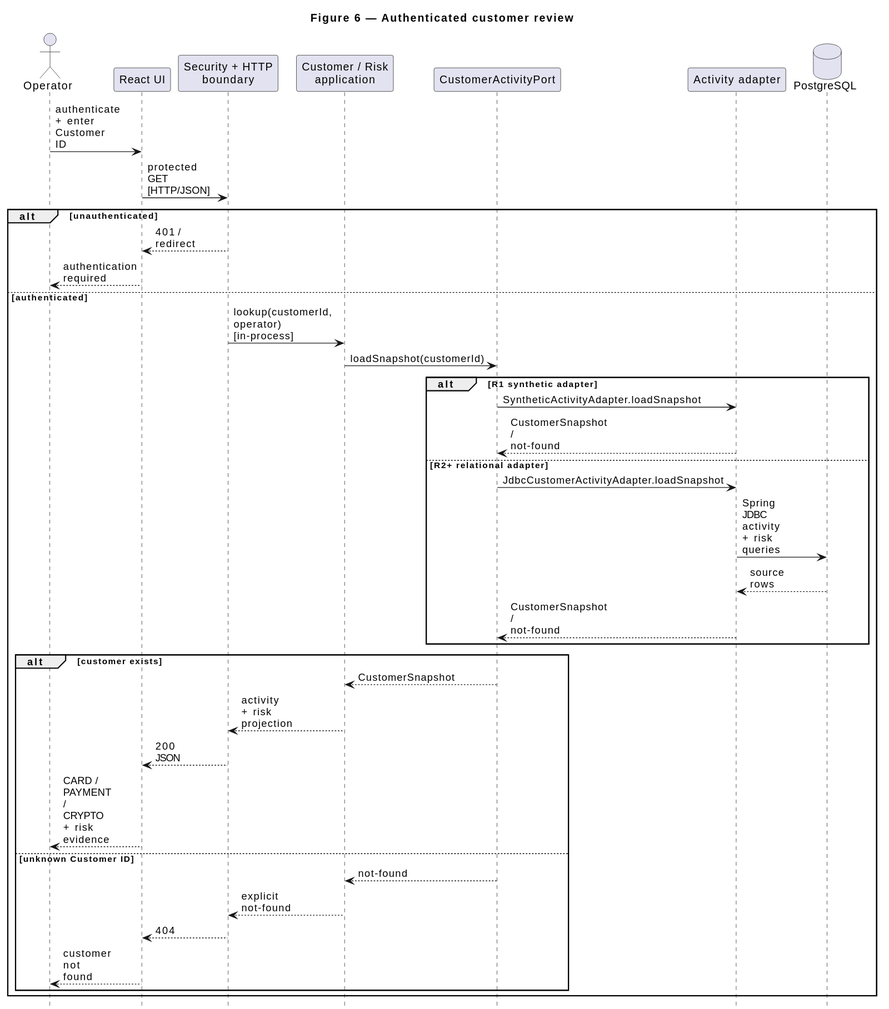
The PlantUML diagram docs/assignment/SDD/diagrams/sequence-customer-review.svg in jdoe-dev-159753/specgraph-reference-app, before a commit. Source of this version:
```plantuml
@startuml
title Figure 6 — Authenticated customer review
hide footbox
skinparam maxMessageSize 52

actor Operator
participant "React UI" as UI
participant "Security + HTTP\nboundary" as Boundary
participant "Customer / Risk\napplication" as App
participant "CustomerActivityPort" as Port
participant "Activity adapter" as Adapter
database "PostgreSQL" as DB

Operator -> UI : authenticate + enter Customer ID
UI -> Boundary : protected GET [HTTP/JSON]
alt unauthenticated
  Boundary --> UI : 401 / redirect
  UI --> Operator : authentication required
else authenticated
  Boundary -> App : lookup(customerId, operator) [in-process]
  App -> Port : loadSnapshot(customerId)
  alt R1 synthetic adapter
    Port -> Adapter : SyntheticActivityAdapter.loadSnapshot
    Adapter --> Port : CustomerSnapshot / not-found
  else R2+ relational adapter
    Port -> Adapter : JdbcCustomerActivityAdapter.loadSnapshot
    Adapter -> DB : Spring JDBC activity + risk queries
    DB --> Adapter : source rows
    Adapter --> Port : CustomerSnapshot / not-found
  end

  alt customer exists
    Port --> App : CustomerSnapshot
    App --> Boundary : activity + risk projection
    Boundary --> UI : 200 JSON
    UI --> Operator : CARD / PAYMENT / CRYPTO + risk evidence
  else unknown Customer ID
    Port --> App : not-found
    App --> Boundary : explicit not-found
    Boundary --> UI : 404
    UI --> Operator : customer not found
  end
end
@enduml
```
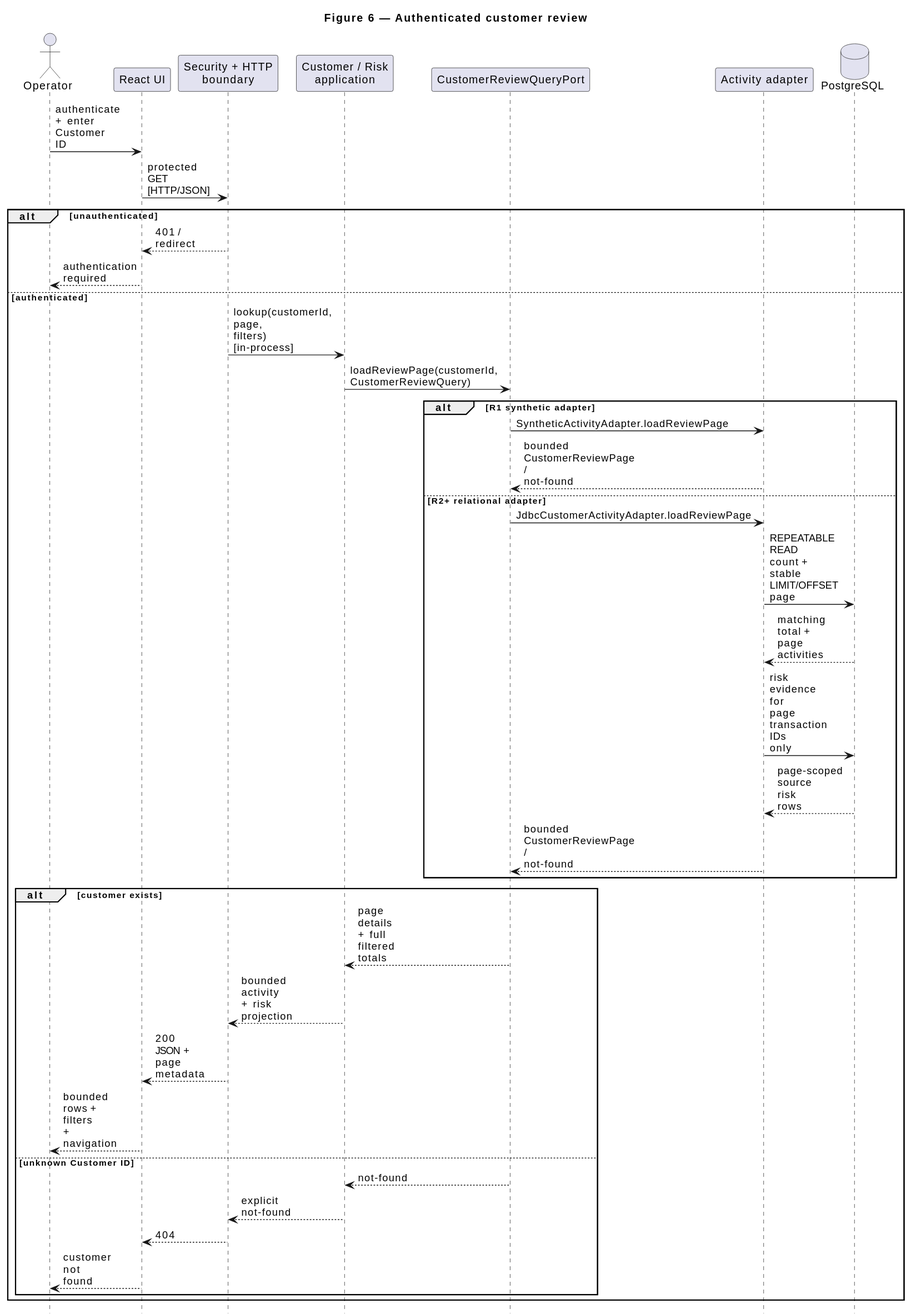
Later version of the same file.

Commit message:
docs: regenerate bounded review diagrams

What changed in the source:
```diff
@@ -7,7 +7,7 @@
 participant "React UI" as UI
 participant "Security + HTTP\nboundary" as Boundary
 participant "Customer / Risk\napplication" as App
-participant "CustomerActivityPort" as Port
+participant "CustomerReviewQueryPort" as Port
 participant "Activity adapter" as Adapter
 database "PostgreSQL" as DB
 
@@ -17,23 +17,25 @@
   Boundary --> UI : 401 / redirect
   UI --> Operator : authentication required
 else authenticated
-  Boundary -> App : lookup(customerId, operator) [in-process]
-  App -> Port : loadSnapshot(customerId)
+  Boundary -> App : lookup(customerId, page, filters) [in-process]
+  App -> Port : loadReviewPage(customerId, CustomerReviewQuery)
   alt R1 synthetic adapter
-    Port -> Adapter : SyntheticActivityAdapter.loadSnapshot
-    Adapter --> Port : CustomerSnapshot / not-found
+    Port -> Adapter : SyntheticActivityAdapter.loadReviewPage
+    Adapter --> Port : bounded CustomerReviewPage / not-found
   else R2+ relational adapter
-    Port -> Adapter : JdbcCustomerActivityAdapter.loadSnapshot
-    Adapter -> DB : Spring JDBC activity + risk queries
-    DB --> Adapter : source rows
-    Adapter --> Port : CustomerSnapshot / not-found
+    Port -> Adapter : JdbcCustomerActivityAdapter.loadReviewPage
+    Adapter -> DB : REPEATABLE READ count + stable LIMIT/OFFSET page
+    DB --> Adapter : matching total + page activities
+    Adapter -> DB : risk evidence for page transaction IDs only
+    DB --> Adapter : page-scoped source risk rows
+    Adapter --> Port : bounded CustomerReviewPage / not-found
   end
 
   alt customer exists
-    Port --> App : CustomerSnapshot
-    App --> Boundary : activity + risk projection
-    Boundary --> UI : 200 JSON
-    UI --> Operator : CARD / PAYMENT / CRYPTO + risk evidence
+    Port --> App : page details + full filtered totals
+    App --> Boundary : bounded activity + risk projection
+    Boundary --> UI : 200 JSON + page metadata
+    UI --> Operator : bounded rows + filters + navigation
   else unknown Customer ID
     Port --> App : not-found
     App --> Boundary : explicit not-found
```
